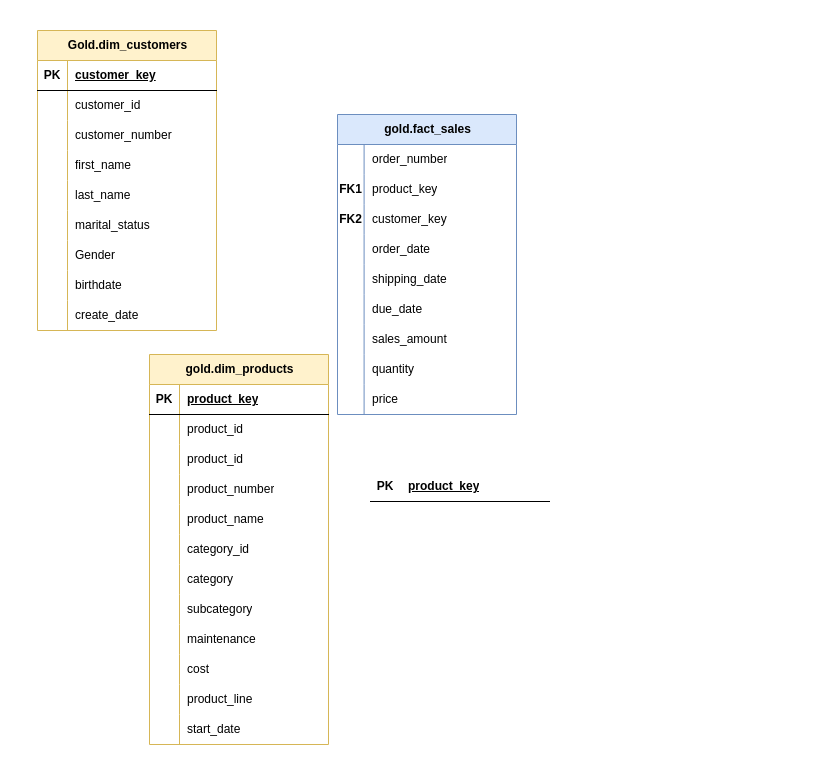
Earlier version of the draw.io diagram data_model.drawio (Rizkyhnkw/data-warehouse). Source tidied: cells renumbered, new cells numbered last; positions are measured from the earlier drawing's top-left corner, leaving out a move shared by most shapes. Both pictures are drawn from the tidied source at 100%, with x=0, y=0 at pixel (37, 30).
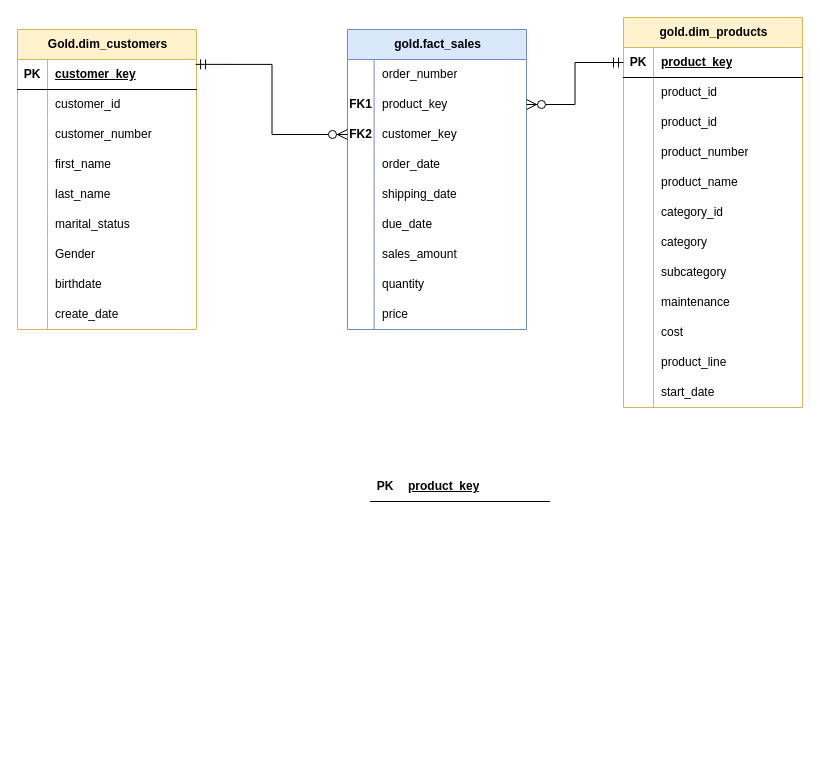
Above is the later version.

Unchanged cells that the change refers to:
```xml
<mxCell id="3" style="shape=tableRow;horizontal=0;startSize=0;swimlaneHead=0;swimlaneBody=0;fillColor=none;points=[[0,0.5],[1,0.5]];portConstraint=eastwest;top=0;left=0;right=0;bottom=1;" parent="2" vertex="1">
  <mxGeometry y="30" width="179" height="30" as="geometry" />
</mxCell>
<mxCell id="31" style="shape=tableRow;horizontal=0;startSize=0;swimlaneHead=0;swimlaneBody=0;fillColor=none;points=[[0,0.5],[1,0.5]];portConstraint=eastwest;top=0;left=0;right=0;bottom=1;" parent="30" vertex="1">
  <mxGeometry y="30" width="179" height="30" as="geometry" />
</mxCell>
<mxCell id="74" style="shape=tableRow;horizontal=0;startSize=0;swimlaneHead=0;swimlaneBody=0;fillColor=none;points=[[0,0.5],[1,0.5]];portConstraint=eastwest;top=0;left=0;right=0;bottom=0;" parent="70" vertex="1">
  <mxGeometry y="60" width="179" height="30" as="geometry" />
</mxCell>
<mxCell id="77" style="shape=tableRow;horizontal=0;startSize=0;swimlaneHead=0;swimlaneBody=0;fillColor=none;points=[[0,0.5],[1,0.5]];portConstraint=eastwest;top=0;left=0;right=0;bottom=0;" parent="70" vertex="1">
  <mxGeometry y="90" width="179" height="30" as="geometry" />
</mxCell>
```

What changed in the source:
```diff
@@
     <mxCell id="2" value="Gold.dim_customers" style="shape=table;startSize=30;childLayout=tableLayout;rowLines=0;fontStyle=1;align=center;html=1;fillColor=#fff2cc;strokeColor=#d6b656;" parent="1" vertex="1">
-      <mxGeometry width="179" height="300" as="geometry" />
+      <mxGeometry x="-20" y="-1" width="179" height="300" as="geometry" />
     </mxCell>
@@
     <mxCell id="30" value="gold.dim_products" style="shape=table;startSize=30;childLayout=tableLayout;rowLines=0;fontStyle=1;align=center;html=1;fillColor=#fff2cc;strokeColor=#d6b656;" parent="1" vertex="1">
-      <mxGeometry x="112" y="324" width="179" height="390" as="geometry" />
+      <mxGeometry x="586" y="-13" width="179" height="390" as="geometry" />
     </mxCell>
@@
     <mxCell id="70" value="gold.fact_sales" style="shape=table;startSize=30;childLayout=tableLayout;rowLines=0;fontStyle=1;align=center;html=1;fillColor=#dae8fc;strokeColor=#6c8ebf;" parent="1" vertex="1">
-      <mxGeometry x="300" y="84" width="179" height="300" as="geometry" />
+      <mxGeometry x="310" y="-1" width="179" height="300" as="geometry" />
     </mxCell>
@@
+    <mxCell id="98" style="edgeStyle=orthogonalEdgeStyle;fontSize=12;html=1;endArrow=ERzeroToMany;startArrow=ERmandOne;rounded=0;startSize=8;endSize=8;entryX=0;entryY=0.5;entryDx=0;entryDy=0;exitX=0.995;exitY=0.162;exitDx=0;exitDy=0;exitPerimeter=0;" parent="1" edge="1" source="3" target="77">
+      <mxGeometry relative="1" as="geometry" />
+    </mxCell>
+    <mxCell id="99" style="edgeStyle=orthogonalEdgeStyle;fontSize=12;html=1;endArrow=ERzeroToMany;startArrow=ERmandOne;rounded=0;startSize=8;endSize=8;entryX=1;entryY=0.5;entryDx=0;entryDy=0;exitX=0;exitY=0.5;exitDx=0;exitDy=0;" parent="1" edge="1" source="31" target="74">
+      <mxGeometry relative="1" as="geometry" />
+    </mxCell>
```
